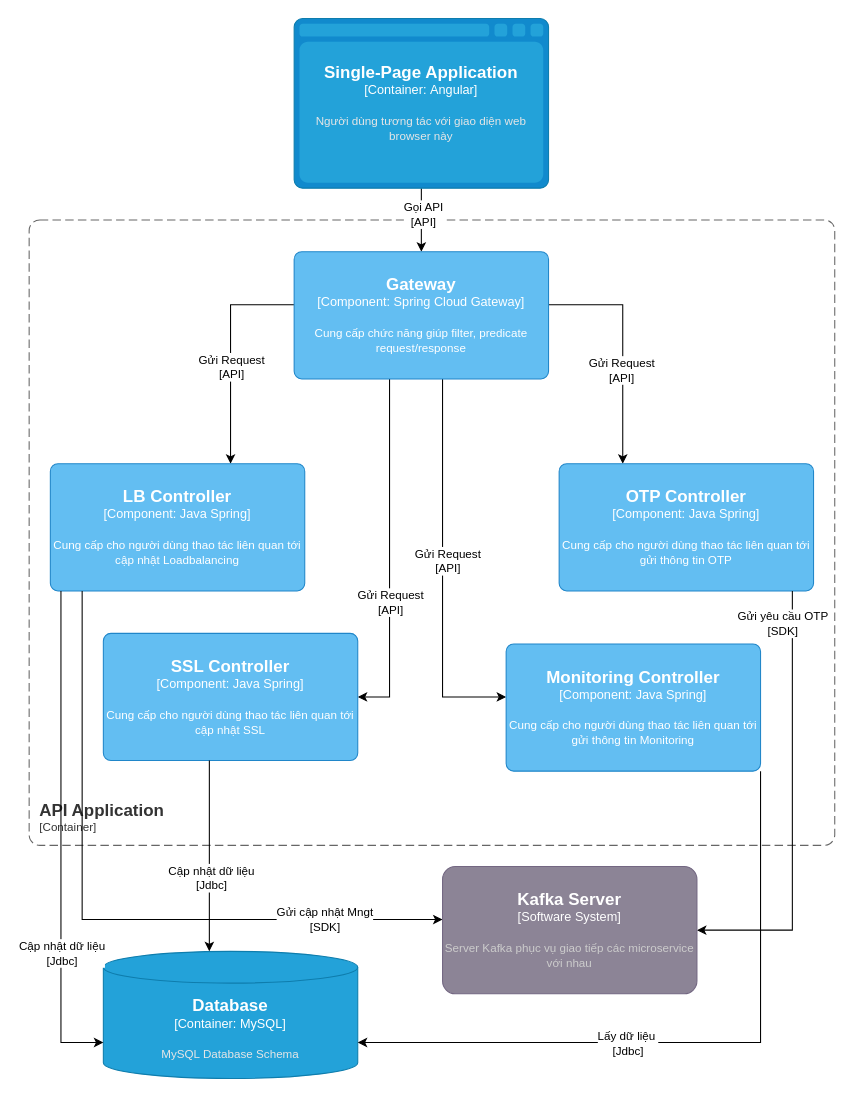
Above: Idg-Portal lv3 Loadbalancing API.drawio in dangngocsoncntt/draw.io (draw.io), before the change. Source tidied: cells renumbered, new cells numbered last; positions are measured from the earlier drawing's top-left corner, leaving out a move shared by most shapes. Both pictures are drawn from the tidied source at 106%, with x=0, y=0 at pixel (29, 18).
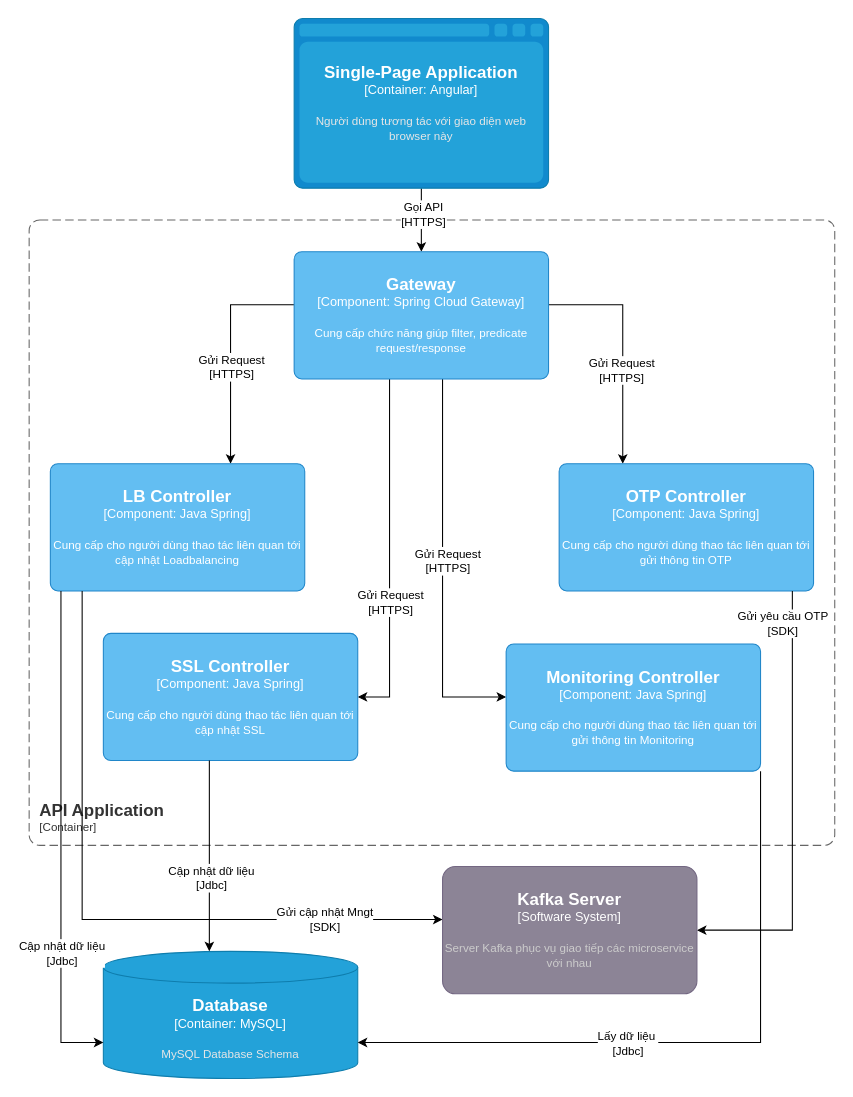
Above is the later version.

Unchanged cells that the change refers to:
```xml
<mxCell id="3" style="edgeStyle=orthogonalEdgeStyle;rounded=0;jettySize=auto;html=1;" parent="1" edge="1" target="11">
  <mxGeometry relative="1" as="geometry">
    <mxPoint x="250" y="270" as="sourcePoint" />
    <Array as="points">
      <mxPoint x="190" y="270" />
    </Array>
  </mxGeometry>
</mxCell>
<mxCell id="5" style="edgeStyle=orthogonalEdgeStyle;rounded=0;jettySize=auto;html=1;" parent="1" edge="1" target="12">
  <mxGeometry relative="1" as="geometry">
    <mxPoint x="490" y="270" as="sourcePoint" />
    <Array as="points">
      <mxPoint x="560" y="270" />
    </Array>
  </mxGeometry>
</mxCell>
<mxCell id="7" style="edgeStyle=orthogonalEdgeStyle;rounded=0;jettySize=auto;html=1;" parent="1" edge="1" target="21">
  <mxGeometry relative="1" as="geometry">
    <mxPoint x="340" y="340" as="sourcePoint" />
    <Array as="points">
      <mxPoint x="340" y="640" />
    </Array>
  </mxGeometry>
</mxCell>
<mxCell id="9" style="edgeStyle=orthogonalEdgeStyle;rounded=0;jettySize=auto;html=1;" parent="1" edge="1" target="24">
  <mxGeometry relative="1" as="geometry">
    <mxPoint x="390" y="340" as="sourcePoint" />
    <Array as="points">
      <mxPoint x="390" y="640" />
    </Array>
  </mxGeometry>
</mxCell>
<mxCell id="27" style="edgeStyle=orthogonalEdgeStyle;rounded=0;jettySize=auto;html=1;" parent="1" edge="1" source="29" target="30">
  <mxGeometry relative="1" as="geometry" />
</mxCell>
```

The edit, as a diff of the source:
```diff
@@
-    <mxCell id="4" value="Gửi Request&lt;br style=&quot;border-color: var(--border-color);&quot;&gt;[API]" style="edgeLabel;html=1;align=center;verticalAlign=middle;" parent="3" vertex="1">
+    <mxCell id="4" value="Gửi Request&lt;br style=&quot;border-color: var(--border-color);&quot;&gt;[HTTPS]" style="edgeLabel;html=1;align=center;verticalAlign=middle;" parent="3" vertex="1">
       <mxGeometry x="0.12" relative="1" as="geometry" />
     </mxCell>
@@
-    <mxCell id="6" value="Gửi&amp;nbsp;Request&lt;br style=&quot;border-color: var(--border-color);&quot;&gt;[API]" style="edgeLabel;html=1;align=center;verticalAlign=middle;" parent="5" vertex="1">
+    <mxCell id="6" value="Gửi&amp;nbsp;Request&lt;br style=&quot;border-color: var(--border-color);&quot;&gt;[HTTPS]" style="edgeLabel;html=1;align=center;verticalAlign=middle;" parent="5" vertex="1">
       <mxGeometry x="0.35" y="-2" relative="1" as="geometry">
         <mxPoint y="-18" as="offset" />
       </mxGeometry>
     </mxCell>
@@
-    <mxCell id="8" value="Gửi&amp;nbsp;Request&lt;br style=&quot;border-color: var(--border-color);&quot;&gt;[API]" style="edgeLabel;html=1;align=center;verticalAlign=middle;" parent="7" vertex="1">
+    <mxCell id="8" value="Gửi&amp;nbsp;Request&lt;br style=&quot;border-color: var(--border-color);&quot;&gt;[HTTPS]" style="edgeLabel;html=1;align=center;verticalAlign=middle;" parent="7" vertex="1">
       <mxGeometry x="-0.38" y="3" relative="1" as="geometry">
         <mxPoint x="-3" y="108" as="offset" />
       </mxGeometry>
     </mxCell>
@@
-    <mxCell id="10" value="Gửi&amp;nbsp;Request&lt;br style=&quot;border-color: var(--border-color);&quot;&gt;[API]" style="edgeLabel;html=1;align=center;verticalAlign=middle;" parent="9" vertex="1">
+    <mxCell id="10" value="Gửi&amp;nbsp;Request&lt;br style=&quot;border-color: var(--border-color);&quot;&gt;[HTTPS]" style="edgeLabel;html=1;align=center;verticalAlign=middle;" parent="9" vertex="1">
       <mxGeometry x="-0.05" y="4" relative="1" as="geometry" />
     </mxCell>
@@
-    <mxCell id="28" value="Gọi API&lt;br&gt;[API]" style="edgeLabel;html=1;align=center;verticalAlign=middle;" parent="27" vertex="1">
+    <mxCell id="28" value="Gọi API&lt;br&gt;[HTTPS]" style="edgeLabel;html=1;align=center;verticalAlign=middle;" parent="27" vertex="1">
       <mxGeometry x="-0.21" y="1" relative="1" as="geometry" />
     </mxCell>
```
